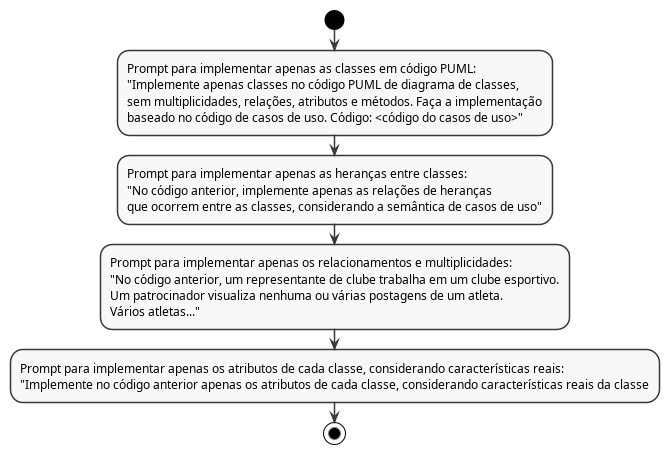
Earlier version of the PlantUML export EtapasMetodologia/out/diagAtividades-etapa3-diagramaClasses.png (carloshenriquehannas/TCC). Its source is kept beside it as EtapasMetodologia/diagAtividades-etapa3-diagramaClasses.puml.
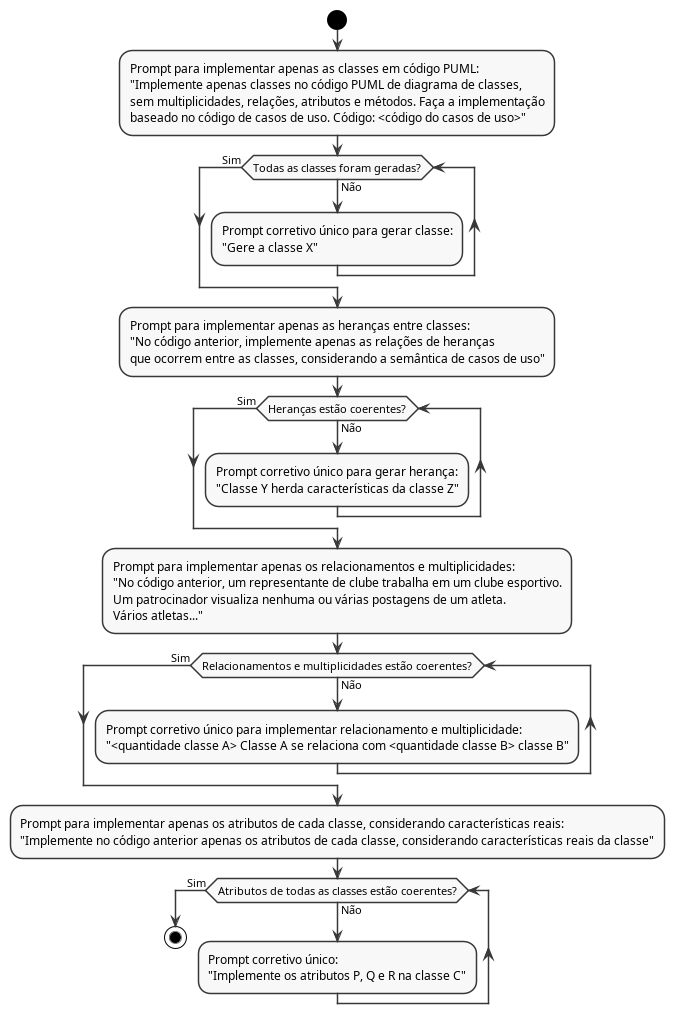
After the change.

Diff of the diagram source:
```diff
@@ -1,4 +1,4 @@
-@startuml
+@startuml diagAtividades-etapa3-diagramaClasses
 skinparam linetype ortho
 skinparam shadowing false
 skinparam monochrome true
@@ -6,9 +6,21 @@
 start
 
 :Prompt para implementar apenas as classes em código PUML:\n"Implemente apenas classes no código PUML de diagrama de classes,\nsem multiplicidades, relações, atributos e métodos. Faça a implementação\nbaseado no código de casos de uso. Código: <código do casos de uso>";
+while (Todas as classes foram geradas?) is (Não)
+    :Prompt corretivo único para gerar classe:\n"Gere a classe X";
+endwhile (Sim)
 :Prompt para implementar apenas as heranças entre classes:\n"No código anterior, implemente apenas as relações de heranças\nque ocorrem entre as classes, considerando a semântica de casos de uso";
+while (Heranças estão coerentes?) is (Não)
+    :Prompt corretivo único para gerar herança:\n"Classe Y herda características da classe Z";
+endwhile (Sim)
 :Prompt para implementar apenas os relacionamentos e multiplicidades:\n"No código anterior, um representante de clube trabalha em um clube esportivo.\nUm patrocinador visualiza nenhuma ou várias postagens de um atleta.\nVários atletas...";
-:Prompt para implementar apenas os atributos de cada classe, considerando características reais:\n"Implemente no código anterior apenas os atributos de cada classe, considerando características reais da classe;
+while (Relacionamentos e multiplicidades estão coerentes?) is (Não)
+    :Prompt corretivo único para implementar relacionamento e multiplicidade:\n"<quantidade classe A> Classe A se relaciona com <quantidade classe B> classe B";
+endwhile (Sim)
+:Prompt para implementar apenas os atributos de cada classe, considerando características reais:\n"Implemente no código anterior apenas os atributos de cada classe, considerando características reais da classe";
+while (Atributos de todas as classes estão coerentes?) is (Não)
+    :Prompt corretivo único:\n"Implemente os atributos P, Q e R na classe C";
+endwhile (Sim)
 
 stop
 @enduml
```
